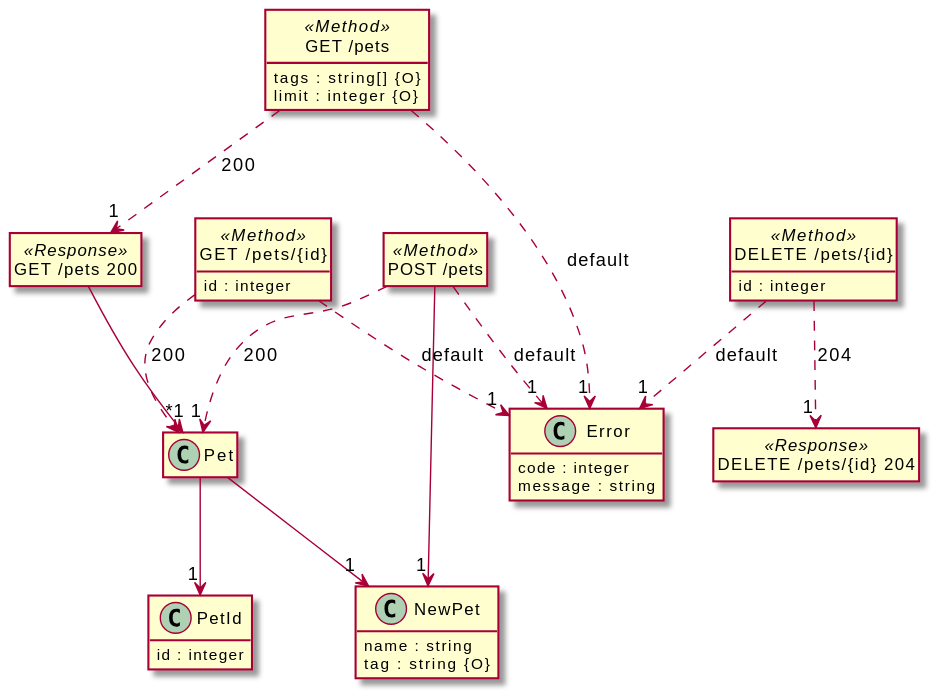
davidmoten/openapi-to-plantuml keeps this PlantUML diagram as src/docs/tests/petstore-expanded.puml.svg. Above is the earlier version. The source it was exported from:
```plantuml
@startuml
hide <<Method>> circle
hide <<Response>> circle
hide <<Parameter>> circle
hide empty methods
hide empty fields
set namespaceSeparator none

class "Pet" {
}

class "PetId" {
  id : integer
}

class "NewPet" {
  name : string
  tag : string {O}
}

class "Error" {
  code : integer
  message : string
}

class "GET /pets" <<Method>> {
  tags : string[] {O}
  limit : integer {O}
}

class "GET /pets 200" <<Response>> {
}

class "POST /pets" <<Method>> {
}

class "GET /pets/{id}" <<Method>> {
  id : integer
}

class "DELETE /pets/{id}" <<Method>> {
  id : integer
}

class "DELETE /pets/{id} 204" <<Response>> {
}

"Pet" --> "1" "NewPet"

"Pet" --> "1" "PetId"

"GET /pets 200" --> "*" "Pet"

"GET /pets" ..> "1" "GET /pets 200"  :  "200"

"GET /pets" ..> "1" "Error"  :  "default"

"POST /pets" ..> "1" "Pet"  :  "200"

"POST /pets" ..> "1" "Error"  :  "default"

"POST /pets" --> "1" "NewPet"

"GET /pets/{id}" ..> "1" "Pet"  :  "200"

"GET /pets/{id}" ..> "1" "Error"  :  "default"

"DELETE /pets/{id}" ..> "1" "DELETE /pets/{id} 204"  :  "204"

"DELETE /pets/{id}" ..> "1" "Error"  :  "default"

@enduml
```
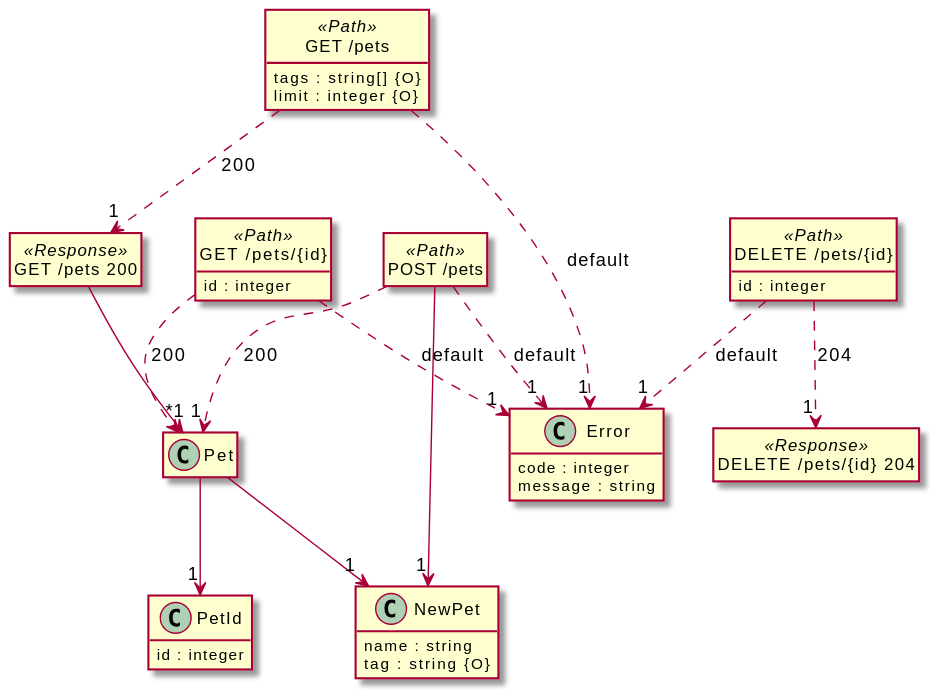
Above is the later version.

Diff of the diagram source:
```diff
@@ -1,5 +1,5 @@
 @startuml
-hide <<Method>> circle
+hide <<Path>> circle
 hide <<Response>> circle
 hide <<Parameter>> circle
 hide empty methods
@@ -23,7 +23,7 @@
   message : string
 }
 
-class "GET /pets" <<Method>> {
+class "GET /pets" <<Path>> {
   tags : string[] {O}
   limit : integer {O}
 }
@@ -31,14 +31,14 @@
 class "GET /pets 200" <<Response>> {
 }
 
-class "POST /pets" <<Method>> {
+class "POST /pets" <<Path>> {
 }
 
-class "GET /pets/{id}" <<Method>> {
+class "GET /pets/{id}" <<Path>> {
   id : integer
 }
 
-class "DELETE /pets/{id}" <<Method>> {
+class "DELETE /pets/{id}" <<Path>> {
   id : integer
 }
 
```
